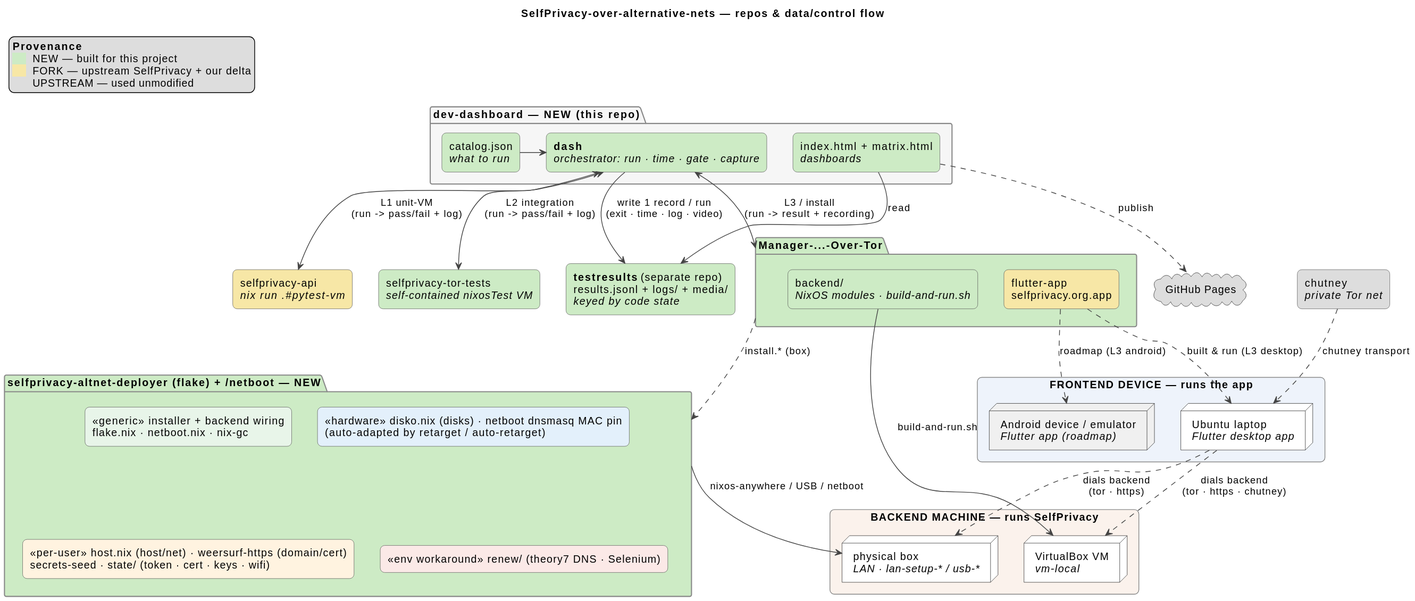
Earlier version of the PlantUML export docs/architecture.svg (selfprivacy-over-alternative-nets/dev-dashboard). Its source is kept beside it as docs/architecture.puml.
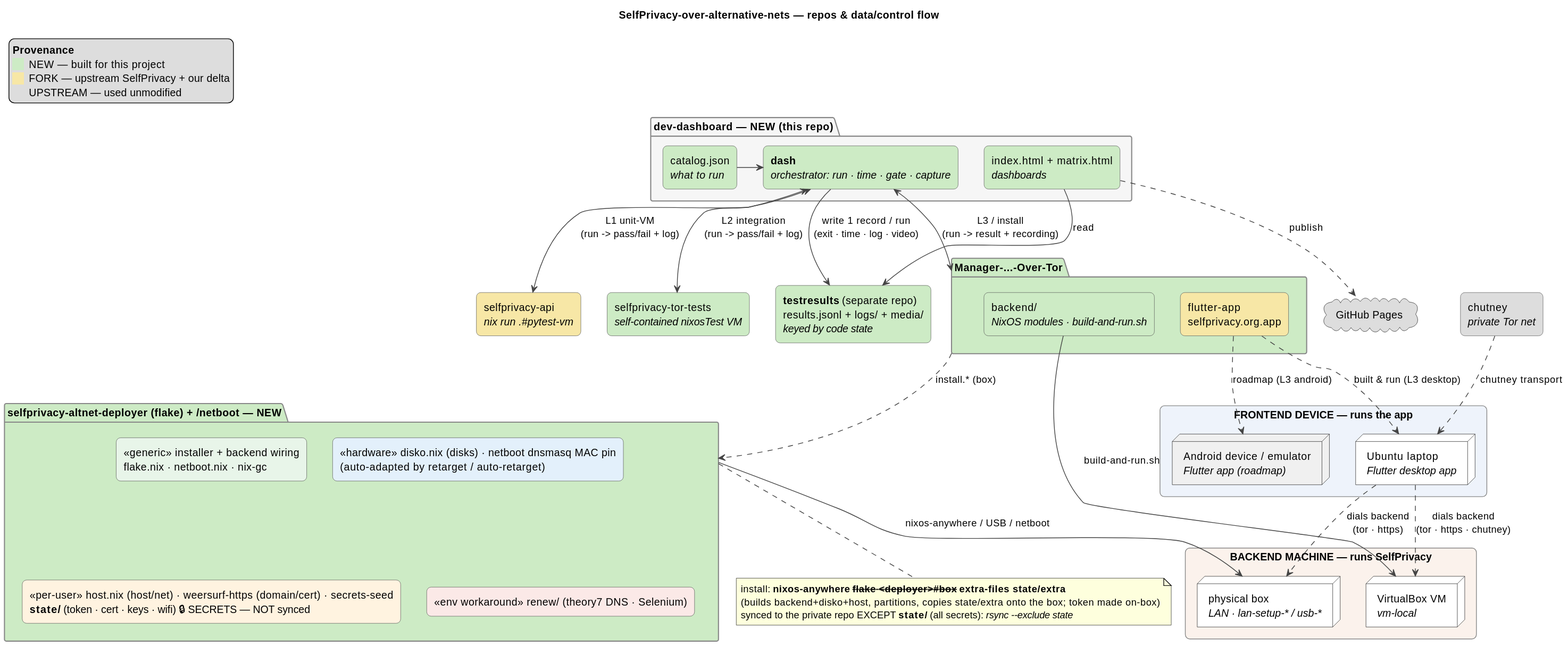
The same file after the commit.

Commit message:
deployer_questions: answer A-D; clarify the deployer block (what's synced, how it installs)

The edit, as a diff of the source:
```diff
@@ -48,9 +48,14 @@
 package "selfprivacy-altnet-deployer (flake) + ~/netboot — NEW" as deploy #CDEBC5 {
   rectangle "«generic» installer + backend wiring\nflake.nix · netboot.nix · nix-gc" as d_gen #E8F5E9
   rectangle "«hardware» disko.nix (disks) · netboot dnsmasq MAC pin\n(auto-adapted by retarget / auto-retarget)" as d_hw #E3F0FB
-  rectangle "«per-user» host.nix (host/net) · weersurf-https (domain/cert)\nsecrets-seed · state/ (token · cert · keys · wifi)" as d_user #FFF3E0
+  rectangle "«per-user» host.nix (host/net) · weersurf-https (domain/cert) · secrets-seed\n<b>state/</b> (token · cert · keys · wifi)  🔒 SECRETS — NOT synced" as d_user #FFF3E0
   rectangle "«env workaround» renew/ (theory7 DNS · Selenium)" as d_env #FBE9E7
 }
+note bottom of deploy
+  install: <b>nixos-anywhere --flake <deployer>#box --extra-files state/extra</b>
+  (builds backend+disko+host, partitions, copies state/extra onto the box; token made on-box)
+  synced to the private repo EXCEPT <b>state/</b> (all secrets): <i>rsync --exclude state</i>
+end note
 rectangle "chutney\n<i>private Tor net</i>" as chut #DDDDDD
 
 rectangle "FRONTEND DEVICE — runs the app" as FE #EEF3FB {
```
